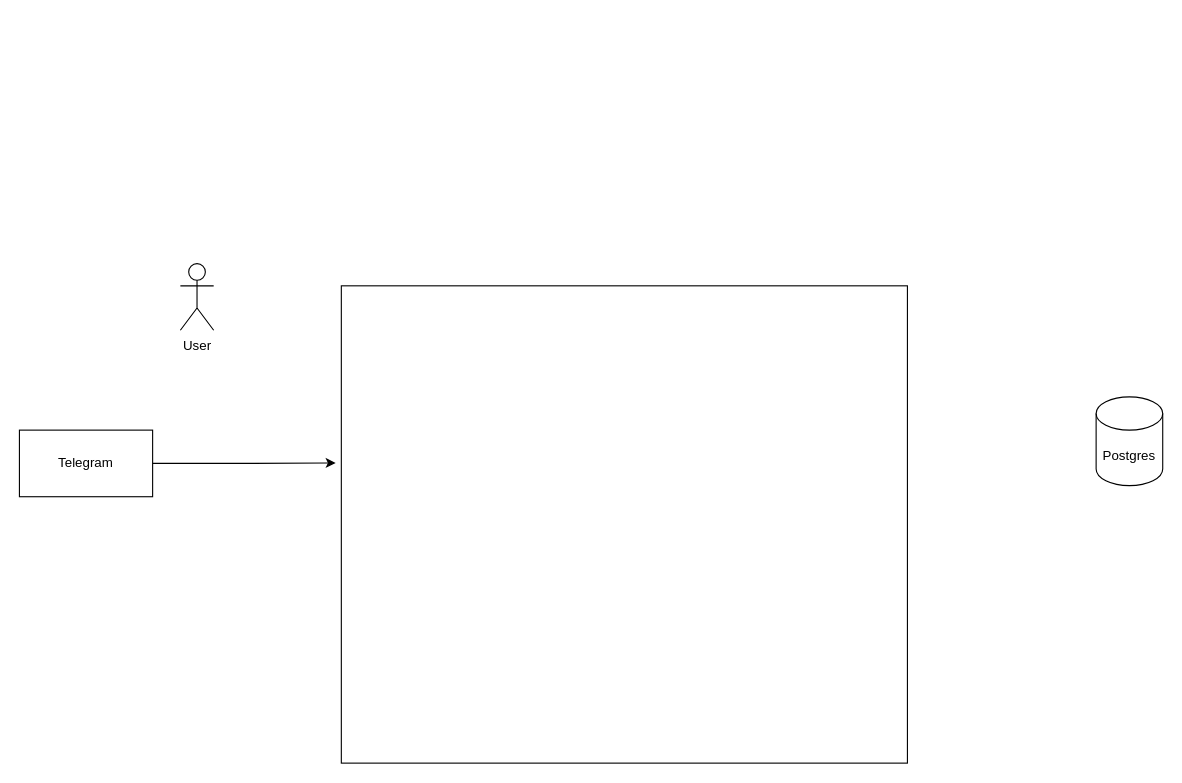
Before: Untitled Diagram.drawio in MikhailKr/habit_tracker, a draw.io diagram. Source tidied: cells renumbered, new cells numbered last; positions are measured from the earlier drawing's top-left corner, leaving out a move shared by most shapes. Both pictures are drawn from the tidied source at 111%, with x=0, y=0 at pixel (19, 263).
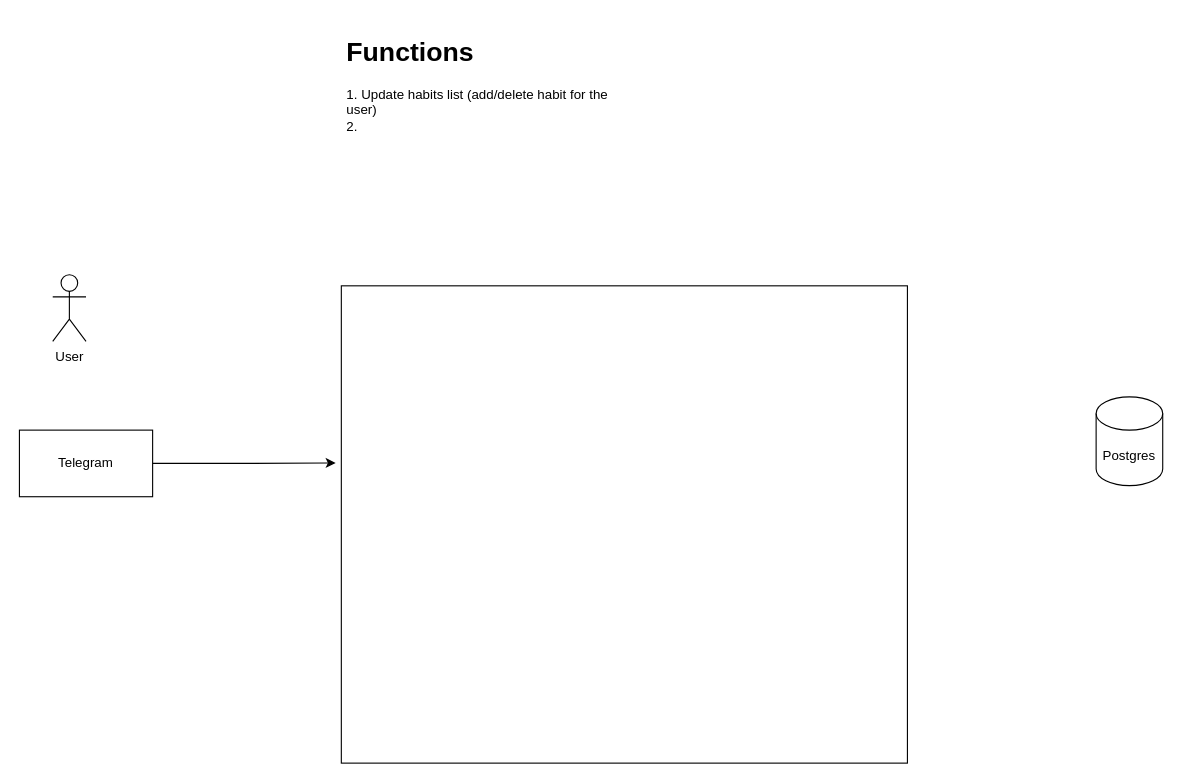
Above is the later version.

Change to the diagram source:
```diff
@@
 <mxGraphModel>
   <root>
     <mxCell id="0" />
     <mxCell id="1" parent="0" />
     <mxCell id="2" style="edgeStyle=orthogonalEdgeStyle;rounded=0;jettySize=auto;html=1;entryX=-0.01;entryY=0.371;entryDx=0;entryDy=0;entryPerimeter=0;" parent="1" edge="1" source="3" target="6">
       <mxGeometry relative="1" as="geometry" />
     </mxCell>
     <mxCell id="3" value="Telegram" style="rounded=0;whiteSpace=wrap;html=1;" parent="1" vertex="1">
       <mxGeometry y="150" width="120" height="60" as="geometry" />
     </mxCell>
     <mxCell id="4" value="Postgres" style="shape=cylinder3;whiteSpace=wrap;html=1;boundedLbl=1;backgroundOutline=1;size=15;" parent="1" vertex="1">
       <mxGeometry x="970" y="120" width="60" height="80" as="geometry" />
     </mxCell>
     <mxCell id="5" value="User" style="shape=umlActor;verticalLabelPosition=bottom;verticalAlign=top;html=1;" parent="1" vertex="1">
-      <mxGeometry x="145" width="30" height="60" as="geometry" />
+      <mxGeometry x="30" y="10" width="30" height="60" as="geometry" />
     </mxCell>
     <mxCell id="6" style="rounded=0;whiteSpace=wrap;html=1;" parent="1" vertex="1">
       <mxGeometry x="290" y="20" width="510" height="430" as="geometry" />
     </mxCell>
+    <mxCell id="7" value="&lt;h1&gt;Functions&lt;/h1&gt;&lt;div&gt;1. Update habits list (add/delete habit for the user)&amp;nbsp;&amp;nbsp;&lt;/div&gt;&lt;div&gt;2.&amp;nbsp;&lt;/div&gt;&lt;div&gt;&lt;br&gt;&lt;/div&gt;" style="text;html=1;strokeColor=none;fillColor=none;spacing=5;spacingTop=-20;whiteSpace=wrap;overflow=hidden;rounded=0;" parent="1" vertex="1">
+      <mxGeometry x="290" y="-210" width="260" height="200" as="geometry" />
+    </mxCell>
   </root>
 </mxGraphModel>
```
